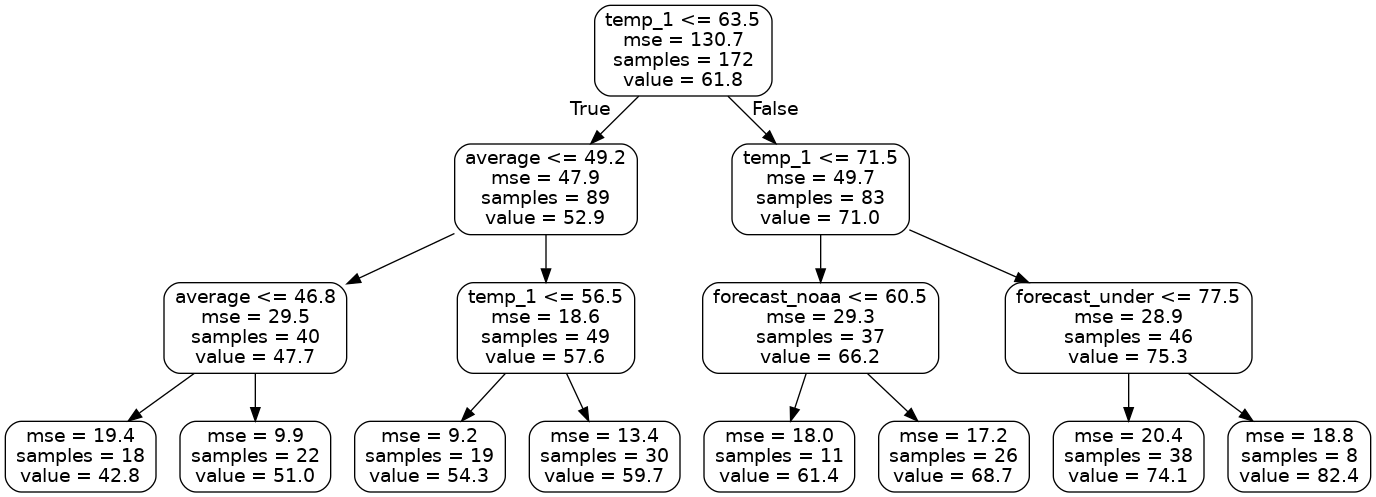
The Graphviz diagram backend/Docker/DataEngine/Engine3/exPythonAIArticle/small_tree.png in williambalea/inf3995, before a commit. Its source is kept beside it as backend/Docker/DataEngine/Engine3/exPythonAIArticle/small_tree.dot.
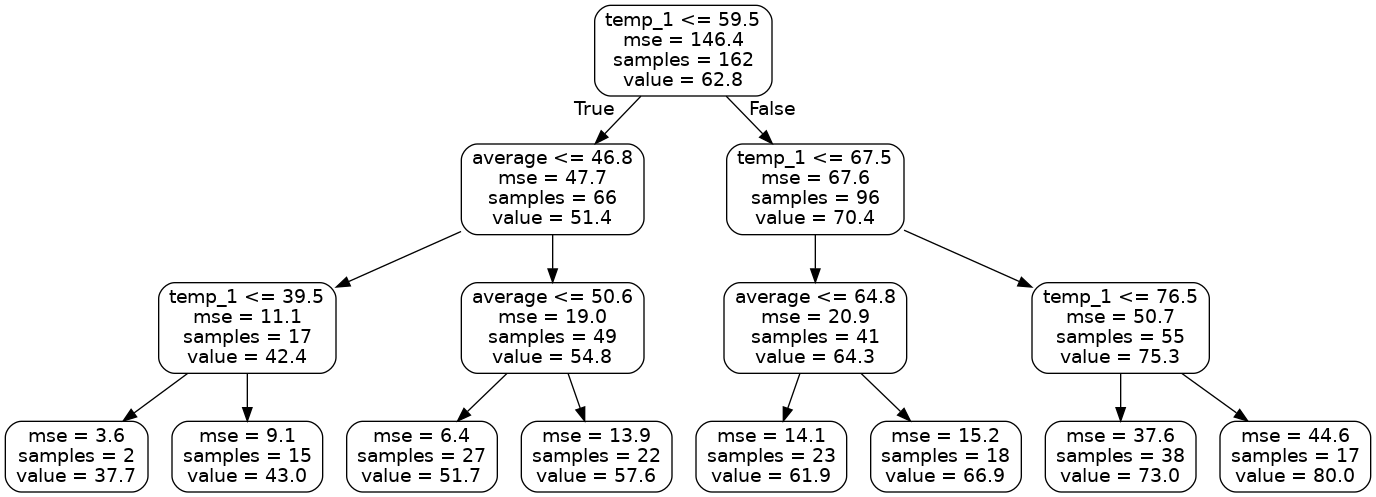
After the commit.

The edit, as a diff of the source:
```diff
@@ -1,33 +1,33 @@
 digraph Tree {
 node [shape=box, style="rounded", color="black", fontname=helvetica] ;
 edge [fontname=helvetica] ;
-0 [label="temp_1 <= 63.5\nmse = 130.7\nsamples = 172\nvalue = 61.8"] ;
-1 [label="average <= 49.2\nmse = 47.9\nsamples = 89\nvalue = 52.9"] ;
+0 [label="temp_1 <= 59.5\nmse = 146.4\nsamples = 162\nvalue = 62.8"] ;
+1 [label="average <= 46.8\nmse = 47.7\nsamples = 66\nvalue = 51.4"] ;
 0 -> 1 [labeldistance=2.5, labelangle=45, headlabel="True"] ;
-2 [label="average <= 46.8\nmse = 29.5\nsamples = 40\nvalue = 47.7"] ;
+2 [label="temp_1 <= 39.5\nmse = 11.1\nsamples = 17\nvalue = 42.4"] ;
 1 -> 2 ;
-3 [label="mse = 19.4\nsamples = 18\nvalue = 42.8"] ;
+3 [label="mse = 3.6\nsamples = 2\nvalue = 37.7"] ;
 2 -> 3 ;
-4 [label="mse = 9.9\nsamples = 22\nvalue = 51.0"] ;
+4 [label="mse = 9.1\nsamples = 15\nvalue = 43.0"] ;
 2 -> 4 ;
-5 [label="temp_1 <= 56.5\nmse = 18.6\nsamples = 49\nvalue = 57.6"] ;
+5 [label="average <= 50.6\nmse = 19.0\nsamples = 49\nvalue = 54.8"] ;
 1 -> 5 ;
-6 [label="mse = 9.2\nsamples = 19\nvalue = 54.3"] ;
+6 [label="mse = 6.4\nsamples = 27\nvalue = 51.7"] ;
 5 -> 6 ;
-7 [label="mse = 13.4\nsamples = 30\nvalue = 59.7"] ;
+7 [label="mse = 13.9\nsamples = 22\nvalue = 57.6"] ;
 5 -> 7 ;
-8 [label="temp_1 <= 71.5\nmse = 49.7\nsamples = 83\nvalue = 71.0"] ;
+8 [label="temp_1 <= 67.5\nmse = 67.6\nsamples = 96\nvalue = 70.4"] ;
 0 -> 8 [labeldistance=2.5, labelangle=-45, headlabel="False"] ;
-9 [label="forecast_noaa <= 60.5\nmse = 29.3\nsamples = 37\nvalue = 66.2"] ;
+9 [label="average <= 64.8\nmse = 20.9\nsamples = 41\nvalue = 64.3"] ;
 8 -> 9 ;
-10 [label="mse = 18.0\nsamples = 11\nvalue = 61.4"] ;
+10 [label="mse = 14.1\nsamples = 23\nvalue = 61.9"] ;
 9 -> 10 ;
-11 [label="mse = 17.2\nsamples = 26\nvalue = 68.7"] ;
+11 [label="mse = 15.2\nsamples = 18\nvalue = 66.9"] ;
 9 -> 11 ;
-12 [label="forecast_under <= 77.5\nmse = 28.9\nsamples = 46\nvalue = 75.3"] ;
+12 [label="temp_1 <= 76.5\nmse = 50.7\nsamples = 55\nvalue = 75.3"] ;
 8 -> 12 ;
-13 [label="mse = 20.4\nsamples = 38\nvalue = 74.1"] ;
+13 [label="mse = 37.6\nsamples = 38\nvalue = 73.0"] ;
 12 -> 13 ;
-14 [label="mse = 18.8\nsamples = 8\nvalue = 82.4"] ;
+14 [label="mse = 44.6\nsamples = 17\nvalue = 80.0"] ;
 12 -> 14 ;
 }
```
